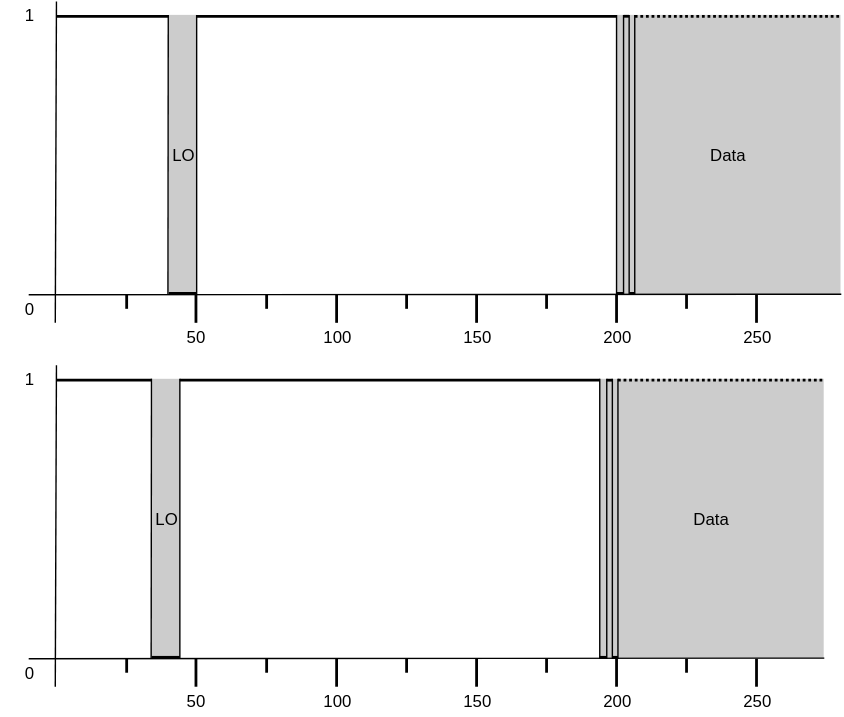
Earlier version of the draw.io export images/bus-collision.svg (sabas1080/jacdac). Source tidied: cells renumbered, new cells last; positions are measured from the earlier drawing's top-left corner, leaving out a move shared by most shapes.
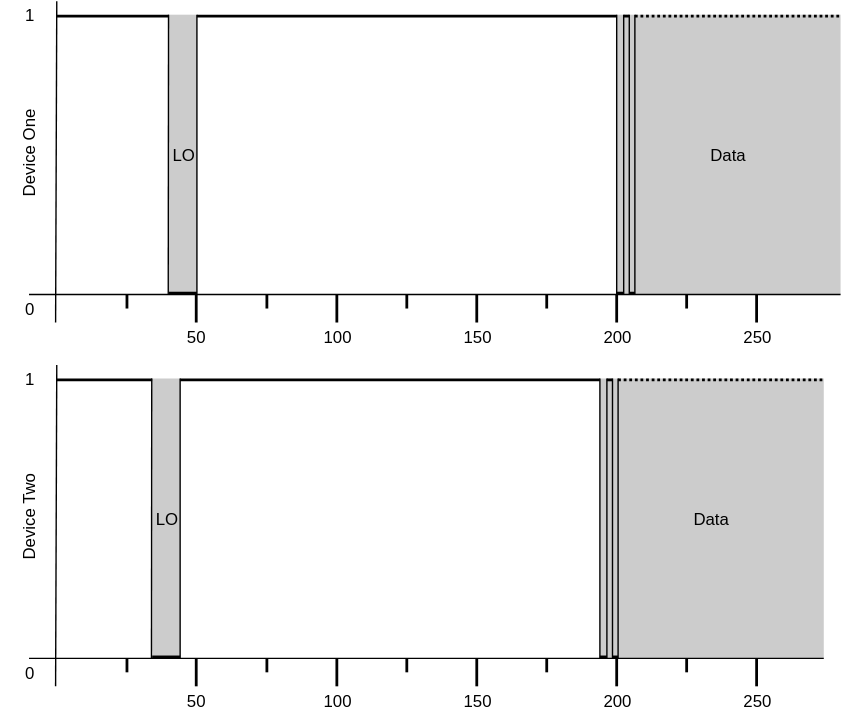
Later version of the same file.

The edit, as a diff of the source:
```diff
@@ -322,5 +322,11 @@
     <mxCell id="71" style="line;strokeWidth=2;html=1;" parent="1" vertex="1">
       <mxGeometry x="437" y="464" width="4" height="10" as="geometry" />
     </mxCell>
+    <mxCell id="72" value="Device One" style="text;html=1;strokeColor=none;fillColor=none;align=center;verticalAlign=middle;whiteSpace=wrap;rounded=0;horizontal=0;" parent="1" vertex="1">
+      <mxGeometry x="5" y="60" width="30" height="100" as="geometry" />
+    </mxCell>
+    <mxCell id="73" value="Device Two" style="text;html=1;strokeColor=none;fillColor=none;align=center;verticalAlign=middle;whiteSpace=wrap;rounded=0;horizontal=0;" parent="1" vertex="1">
+      <mxGeometry x="5" y="320" width="30" height="100" as="geometry" />
+    </mxCell>
   </root>
 </mxGraphModel>
```
